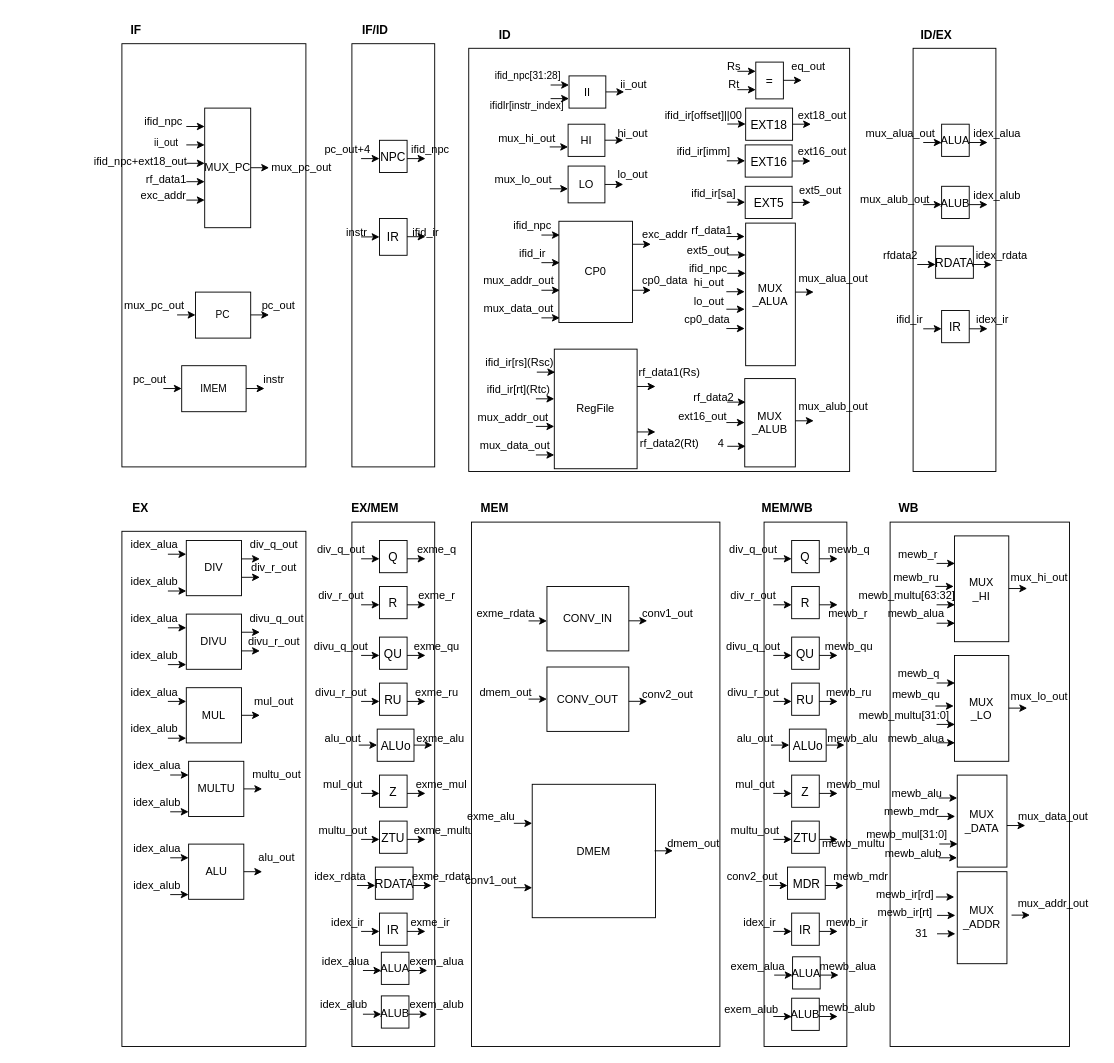
Earlier version of the draw.io diagram 静态流水线2.drawio (Raxio-Z/VGA_Game). Source tidied: cells renumbered, new cells numbered last; positions are measured from the earlier drawing's top-left corner, leaving out a move shared by most shapes. Both pictures are drawn from the tidied source at 92%, with x=0, y=0 at pixel (85, 16).
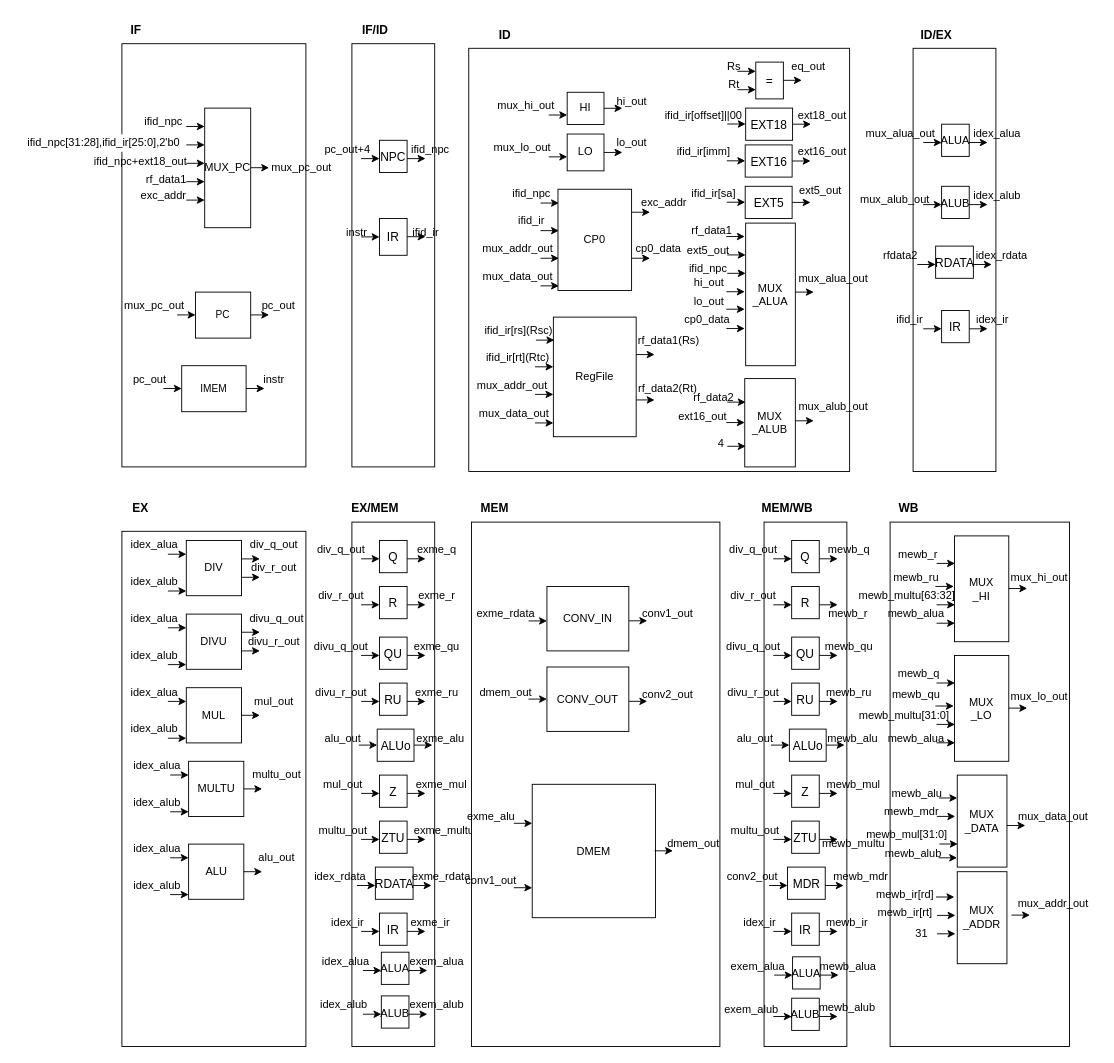
The same diagram, later.

Commit message (it also covers changes not shown here):
更新静态流水线2.drawio

Diff of the diagram source:
```diff
@@
-    <mxCell id="10" value="&lt;font style=&quot;font-size: 11px;&quot;&gt;ii_out&lt;/font&gt;" style="text;html=1;align=center;verticalAlign=middle;fillColor=none;strokeColor=none;rounded=0;" parent="1" vertex="1">
-      <mxGeometry x="62.5" y="122.5" width="50" height="30" as="geometry" />
+    <mxCell id="10" value="&lt;div style=&quot;background-color: rgb(255, 255, 255); line-height: 19px;&quot;&gt;&lt;font style=&quot;font-size: 12px;&quot;&gt;ifid_npc[31:28],ifid_ir[25:0],2'b0&lt;/font&gt;&lt;/div&gt;" style="text;html=1;align=center;verticalAlign=middle;fillColor=none;strokeColor=none;rounded=0;" parent="1" vertex="1">
+      <mxGeometry x="-75" y="123.2" width="190" height="30" as="geometry" />
     </mxCell>
@@
     <mxCell id="47" value="HI" style="rounded=0;whiteSpace=wrap;html=1;" parent="1" vertex="1">
-      <mxGeometry x="525" y="117.5" width="40" height="35" as="geometry" />
+      <mxGeometry x="524" y="82.8" width="40" height="35" as="geometry" />
     </mxCell>
     <mxCell id="48" style="edgeStyle=none;orthogonalLoop=1;jettySize=auto;html=1;rounded=0;" parent="1" edge="1">
       <mxGeometry relative="1" as="geometry">
-        <mxPoint x="505" y="142.2" as="sourcePoint" />
-        <mxPoint x="525" y="142.2" as="targetPoint" />
+        <mxPoint x="504" y="107.5" as="sourcePoint" />
+        <mxPoint x="524" y="107.5" as="targetPoint" />
       </mxGeometry>
     </mxCell>
     <mxCell id="49" value="mux_hi_out" style="text;html=1;align=center;verticalAlign=middle;fillColor=none;strokeColor=none;rounded=0;" parent="1" vertex="1">
-      <mxGeometry x="435" y="117.5" width="90" height="30" as="geometry" />
+      <mxGeometry x="434" y="82.8" width="90" height="30" as="geometry" />
     </mxCell>
     <mxCell id="50" style="edgeStyle=none;orthogonalLoop=1;jettySize=auto;html=1;rounded=0;" parent="1" edge="1">
       <mxGeometry relative="1" as="geometry">
-        <mxPoint x="565" y="134.9" as="sourcePoint" />
-        <mxPoint x="585" y="134.9" as="targetPoint" />
+        <mxPoint x="564" y="100.2" as="sourcePoint" />
+        <mxPoint x="584" y="100.2" as="targetPoint" />
       </mxGeometry>
     </mxCell>
     <mxCell id="51" value="hi_out" style="text;html=1;align=center;verticalAlign=middle;fillColor=none;strokeColor=none;rounded=0;" parent="1" vertex="1">
-      <mxGeometry x="565" y="112.5" width="60" height="30" as="geometry" />
+      <mxGeometry x="564" y="77.8" width="60" height="30" as="geometry" />
     </mxCell>
     <mxCell id="52" value="LO" style="rounded=0;whiteSpace=wrap;html=1;" parent="1" vertex="1">
-      <mxGeometry x="525" y="163" width="40" height="40" as="geometry" />
+      <mxGeometry x="524" y="128.2" width="40" height="40" as="geometry" />
     </mxCell>
     <mxCell id="53" style="edgeStyle=none;orthogonalLoop=1;jettySize=auto;html=1;rounded=0;" parent="1" edge="1">
       <mxGeometry relative="1" as="geometry">
-        <mxPoint x="505" y="187.7" as="sourcePoint" />
-        <mxPoint x="525" y="187.7" as="targetPoint" />
+        <mxPoint x="504" y="153" as="sourcePoint" />
+        <mxPoint x="524" y="153" as="targetPoint" />
       </mxGeometry>
     </mxCell>
     <mxCell id="54" value="mux_lo_out" style="text;html=1;align=center;verticalAlign=middle;fillColor=none;strokeColor=none;rounded=0;" parent="1" vertex="1">
-      <mxGeometry x="431" y="163" width="90" height="30" as="geometry" />
+      <mxGeometry x="430" y="128.2" width="90" height="30" as="geometry" />
     </mxCell>
     <mxCell id="55" style="edgeStyle=none;orthogonalLoop=1;jettySize=auto;html=1;rounded=0;" parent="1" edge="1">
       <mxGeometry relative="1" as="geometry">
-        <mxPoint x="565" y="183" as="sourcePoint" />
-        <mxPoint x="585" y="183" as="targetPoint" />
+        <mxPoint x="564" y="148.2" as="sourcePoint" />
+        <mxPoint x="584" y="148.2" as="targetPoint" />
       </mxGeometry>
     </mxCell>
     <mxCell id="56" value="lo_out" style="text;html=1;align=center;verticalAlign=middle;fillColor=none;strokeColor=none;rounded=0;" parent="1" vertex="1">
-      <mxGeometry x="565" y="158" width="60" height="30" as="geometry" />
+      <mxGeometry x="564" y="123.2" width="60" height="30" as="geometry" />
     </mxCell>
     <mxCell id="57" value="CP0" style="rounded=0;whiteSpace=wrap;html=1;" parent="1" vertex="1">
-      <mxGeometry x="515" y="223" width="80" height="110" as="geometry" />
+      <mxGeometry x="514" y="188.2" width="80" height="110" as="geometry" />
     </mxCell>
     <mxCell id="58" value="ifid_npc" style="text;html=1;align=center;verticalAlign=middle;fillColor=none;strokeColor=none;rounded=0;" parent="1" vertex="1">
-      <mxGeometry x="456" y="213" width="60" height="30" as="geometry" />
+      <mxGeometry x="455" y="178.2" width="60" height="30" as="geometry" />
     </mxCell>
     <mxCell id="59" style="edgeStyle=none;orthogonalLoop=1;jettySize=auto;html=1;rounded=0;" parent="1" edge="1">
       <mxGeometry relative="1" as="geometry">
-        <mxPoint x="496" y="238" as="sourcePoint" />
-        <mxPoint x="516" y="238" as="targetPoint" />
+        <mxPoint x="495" y="203.2" as="sourcePoint" />
+        <mxPoint x="515" y="203.2" as="targetPoint" />
       </mxGeometry>
     </mxCell>
     <mxCell id="60" value="ifid_ir" style="text;html=1;align=center;verticalAlign=middle;fillColor=none;strokeColor=none;rounded=0;" parent="1" vertex="1">
-      <mxGeometry x="461" y="243" width="50" height="30" as="geometry" />
+      <mxGeometry x="460" y="208.2" width="50" height="30" as="geometry" />
     </mxCell>
     <mxCell id="61" style="edgeStyle=none;orthogonalLoop=1;jettySize=auto;html=1;rounded=0;" parent="1" edge="1">
       <mxGeometry relative="1" as="geometry">
-        <mxPoint x="496" y="268" as="sourcePoint" />
-        <mxPoint x="516" y="268" as="targetPoint" />
+        <mxPoint x="495" y="233.2" as="sourcePoint" />
+        <mxPoint x="515" y="233.2" as="targetPoint" />
       </mxGeometry>
     </mxCell>
     <mxCell id="62" value="mux_addr_out" style="text;html=1;align=center;verticalAlign=middle;fillColor=none;strokeColor=none;rounded=0;" parent="1" vertex="1">
-      <mxGeometry x="421" y="273" width="100" height="30" as="geometry" />
+      <mxGeometry x="420" y="238.2" width="100" height="30" as="geometry" />
     </mxCell>
     <mxCell id="63" style="edgeStyle=none;orthogonalLoop=1;jettySize=auto;html=1;rounded=0;" parent="1" edge="1">
       <mxGeometry relative="1" as="geometry">
-        <mxPoint x="496" y="298" as="sourcePoint" />
-        <mxPoint x="516" y="298" as="targetPoint" />
+        <mxPoint x="495" y="263.2" as="sourcePoint" />
+        <mxPoint x="515" y="263.2" as="targetPoint" />
       </mxGeometry>
     </mxCell>
     <mxCell id="64" value="mux_data_out" style="text;html=1;align=center;verticalAlign=middle;fillColor=none;strokeColor=none;rounded=0;" parent="1" vertex="1">
-      <mxGeometry x="421" y="303" width="100" height="30" as="geometry" />
+      <mxGeometry x="420" y="268.2" width="100" height="30" as="geometry" />
     </mxCell>
     <mxCell id="65" style="edgeStyle=none;orthogonalLoop=1;jettySize=auto;html=1;rounded=0;" parent="1" edge="1">
       <mxGeometry relative="1" as="geometry">
-        <mxPoint x="496" y="328" as="sourcePoint" />
-        <mxPoint x="516" y="328" as="targetPoint" />
+        <mxPoint x="495" y="293.2" as="sourcePoint" />
+        <mxPoint x="515" y="293.2" as="targetPoint" />
       </mxGeometry>
     </mxCell>
     <mxCell id="66" value="exc_addr" style="text;html=1;align=center;verticalAlign=middle;fillColor=none;strokeColor=none;rounded=0;" parent="1" vertex="1">
-      <mxGeometry x="595" y="223" width="70" height="30" as="geometry" />
+      <mxGeometry x="594" y="188.2" width="70" height="30" as="geometry" />
     </mxCell>
     <mxCell id="67" style="edgeStyle=none;orthogonalLoop=1;jettySize=auto;html=1;rounded=0;" parent="1" edge="1">
       <mxGeometry relative="1" as="geometry">
-        <mxPoint x="595" y="248" as="sourcePoint" />
-        <mxPoint x="615" y="248" as="targetPoint" />
+        <mxPoint x="594" y="213.2" as="sourcePoint" />
+        <mxPoint x="614" y="213.2" as="targetPoint" />
       </mxGeometry>
     </mxCell>
     <mxCell id="68" value="cp0_data" style="text;html=1;align=center;verticalAlign=middle;fillColor=none;strokeColor=none;rounded=0;" parent="1" vertex="1">
-      <mxGeometry x="595" y="273" width="70" height="30" as="geometry" />
+      <mxGeometry x="588" y="238.2" width="70" height="30" as="geometry" />
     </mxCell>
     <mxCell id="69" style="edgeStyle=none;orthogonalLoop=1;jettySize=auto;html=1;rounded=0;" parent="1" edge="1">
       <mxGeometry relative="1" as="geometry">
-        <mxPoint x="595" y="298" as="sourcePoint" />
-        <mxPoint x="615" y="298" as="targetPoint" />
+        <mxPoint x="594" y="263.2" as="sourcePoint" />
+        <mxPoint x="614" y="263.2" as="targetPoint" />
       </mxGeometry>
     </mxCell>
     <mxCell id="70" value="RegFile" style="rounded=0;whiteSpace=wrap;html=1;" parent="1" vertex="1">
-      <mxGeometry x="510" y="362" width="90" height="130" as="geometry" />
+      <mxGeometry x="509" y="327.2" width="90" height="130" as="geometry" />
     </mxCell>
     <mxCell id="71" value="ifid_ir[rs](Rsc)" style="text;html=1;align=center;verticalAlign=middle;fillColor=none;strokeColor=none;rounded=0;" parent="1" vertex="1">
-      <mxGeometry x="422" y="362" width="100" height="30" as="geometry" />
+      <mxGeometry x="421" y="327.2" width="100" height="30" as="geometry" />
     </mxCell>
     <mxCell id="72" style="edgeStyle=none;orthogonalLoop=1;jettySize=auto;html=1;rounded=0;" parent="1" edge="1">
       <mxGeometry relative="1" as="geometry">
-        <mxPoint x="491" y="387" as="sourcePoint" />
-        <mxPoint x="511" y="387" as="targetPoint" />
+        <mxPoint x="490" y="352.2" as="sourcePoint" />
+        <mxPoint x="510" y="352.2" as="targetPoint" />
       </mxGeometry>
     </mxCell>
     <mxCell id="73" value="ifid_ir[rt](Rtc)" style="text;html=1;align=center;verticalAlign=middle;fillColor=none;strokeColor=none;rounded=0;" parent="1" vertex="1">
-      <mxGeometry x="426" y="391" width="90" height="30" as="geometry" />
+      <mxGeometry x="425" y="356.2" width="90" height="30" as="geometry" />
     </mxCell>
     <mxCell id="74" style="edgeStyle=none;orthogonalLoop=1;jettySize=auto;html=1;rounded=0;" parent="1" edge="1">
       <mxGeometry relative="1" as="geometry">
-        <mxPoint x="490" y="416" as="sourcePoint" />
-        <mxPoint x="510" y="416" as="targetPoint" />
+        <mxPoint x="489" y="381.2" as="sourcePoint" />
+        <mxPoint x="509" y="381.2" as="targetPoint" />
       </mxGeometry>
     </mxCell>
     <mxCell id="75" value="mux_addr_out" style="text;html=1;align=center;verticalAlign=middle;fillColor=none;strokeColor=none;rounded=0;" parent="1" vertex="1">
-      <mxGeometry x="415" y="422" width="100" height="30" as="geometry" />
+      <mxGeometry x="414" y="387.2" width="100" height="30" as="geometry" />
     </mxCell>
     <mxCell id="76" style="edgeStyle=none;orthogonalLoop=1;jettySize=auto;html=1;rounded=0;" parent="1" edge="1">
       <mxGeometry relative="1" as="geometry">
-        <mxPoint x="490" y="446" as="sourcePoint" />
-        <mxPoint x="510" y="446" as="targetPoint" />
+        <mxPoint x="489" y="411.2" as="sourcePoint" />
+        <mxPoint x="509" y="411.2" as="targetPoint" />
       </mxGeometry>
     </mxCell>
     <mxCell id="77" value="mux_data_out" style="text;html=1;align=center;verticalAlign=middle;fillColor=none;strokeColor=none;rounded=0;" parent="1" vertex="1">
-      <mxGeometry x="417" y="452" width="100" height="30" as="geometry" />
+      <mxGeometry x="416" y="417.2" width="100" height="30" as="geometry" />
     </mxCell>
     <mxCell id="78" style="edgeStyle=none;orthogonalLoop=1;jettySize=auto;html=1;rounded=0;" parent="1" edge="1">
       <mxGeometry relative="1" as="geometry">
-        <mxPoint x="490" y="477" as="sourcePoint" />
-        <mxPoint x="510" y="477" as="targetPoint" />
+        <mxPoint x="489" y="442.2" as="sourcePoint" />
+        <mxPoint x="509" y="442.2" as="targetPoint" />
       </mxGeometry>
     </mxCell>
     <mxCell id="79" value="rf_data1(Rs)" style="text;html=1;align=center;verticalAlign=middle;fillColor=none;strokeColor=none;rounded=0;" parent="1" vertex="1">
-      <mxGeometry x="590" y="373" width="90" height="30" as="geometry" />
+      <mxGeometry x="589" y="338.2" width="90" height="30" as="geometry" />
     </mxCell>
     <mxCell id="80" style="edgeStyle=none;orthogonalLoop=1;jettySize=auto;html=1;rounded=0;" parent="1" edge="1">
       <mxGeometry relative="1" as="geometry">
-        <mxPoint x="600" y="402.6" as="sourcePoint" />
-        <mxPoint x="620" y="402.6" as="targetPoint" />
+        <mxPoint x="599" y="367.9" as="sourcePoint" />
+        <mxPoint x="619" y="367.9" as="targetPoint" />
       </mxGeometry>
     </mxCell>
     <mxCell id="81" value="rf_data2(Rt)" style="text;html=1;align=center;verticalAlign=middle;fillColor=none;strokeColor=none;rounded=0;" parent="1" vertex="1">
-      <mxGeometry x="590" y="450" width="90" height="30" as="geometry" />
+      <mxGeometry x="588" y="390" width="90" height="30" as="geometry" />
     </mxCell>
     <mxCell id="82" style="edgeStyle=none;orthogonalLoop=1;jettySize=auto;html=1;rounded=0;" parent="1" edge="1">
       <mxGeometry relative="1" as="geometry">
-        <mxPoint x="600" y="452" as="sourcePoint" />
-        <mxPoint x="620" y="452" as="targetPoint" />
+        <mxPoint x="599" y="417.2" as="sourcePoint" />
+        <mxPoint x="619" y="417.2" as="targetPoint" />
       </mxGeometry>
     </mxCell>
@@
-    <mxCell id="341" value="II" style="rounded=0;whiteSpace=wrap;html=1;" parent="1" vertex="1">
-      <mxGeometry x="526" y="65" width="40" height="35" as="geometry" />
-    </mxCell>
-    <mxCell id="342" style="edgeStyle=none;orthogonalLoop=1;jettySize=auto;html=1;rounded=0;" parent="1" edge="1">
-      <mxGeometry relative="1" as="geometry">
-        <mxPoint x="506" y="89.7" as="sourcePoint" />
-        <mxPoint x="526" y="89.7" as="targetPoint" />
-      </mxGeometry>
-    </mxCell>
-    <mxCell id="343" value="&lt;span style=&quot;font-size: 11px;&quot;&gt;ifid_npc[31:28]&lt;/span&gt;" style="text;html=1;align=center;verticalAlign=middle;fillColor=none;strokeColor=none;rounded=0;" parent="1" vertex="1">
-      <mxGeometry x="431" y="50" width="100" height="30" as="geometry" />
-    </mxCell>
-    <mxCell id="344" style="edgeStyle=none;orthogonalLoop=1;jettySize=auto;html=1;rounded=0;" parent="1" edge="1">
-      <mxGeometry relative="1" as="geometry">
-        <mxPoint x="566" y="82.4" as="sourcePoint" />
-        <mxPoint x="586" y="82.4" as="targetPoint" />
-      </mxGeometry>
-    </mxCell>
-    <mxCell id="345" value="ii_out" style="text;html=1;align=center;verticalAlign=middle;fillColor=none;strokeColor=none;rounded=0;" parent="1" vertex="1">
-      <mxGeometry x="571" y="60" width="50" height="30" as="geometry" />
-    </mxCell>
-    <mxCell id="346" style="edgeStyle=none;orthogonalLoop=1;jettySize=auto;html=1;rounded=0;" parent="1" edge="1">
-      <mxGeometry relative="1" as="geometry">
-        <mxPoint x="506" y="74.9" as="sourcePoint" />
-        <mxPoint x="526" y="74.9" as="targetPoint" />
-      </mxGeometry>
-    </mxCell>
-    <mxCell id="347" value="&lt;span style=&quot;font-size: 11px;&quot;&gt;ifidIr[instr_index]&lt;/span&gt;" style="text;html=1;align=center;verticalAlign=middle;fillColor=none;strokeColor=none;rounded=0;" parent="1" vertex="1">
-      <mxGeometry x="425" y="82.5" width="110" height="30" as="geometry" />
-    </mxCell>
```
